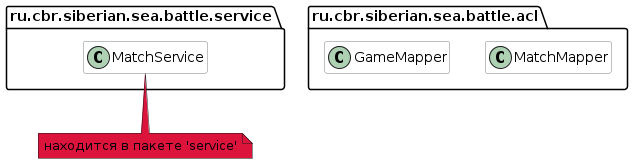
This is plantuml/generated-diagrams/gameMapperClassDependencyTest.png from onixred/SiberianSeaBattle, a PlantUML export, as it was before one commit.
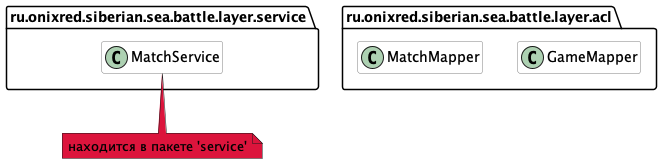
After the commit.

What changed in the source:
```diff
@@ -13,12 +13,12 @@
 BackgroundColor #white
 }
 
-package ru.cbr.siberian.sea.battle.acl {
+package ru.onixred.siberian.sea.battle.layer.acl {
 class MatchMapper
 class GameMapper
 }
 
-package ru.cbr.siberian.sea.battle.service {
+package ru.onixred.siberian.sea.battle.layer.service {
 class MatchService
 }
 
```
